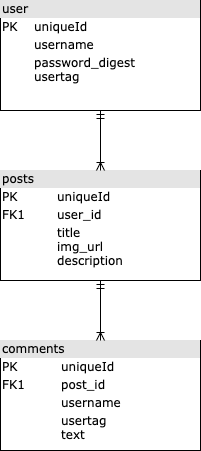
This is GA-ERD-Project3.png from connorlagana/Project-3, a draw.io export, as it was before one commit. Source tidied: cells renumbered, new cells last; positions are measured from the earlier drawing's top-left corner, leaving out a move shared by most shapes. Its diagram source:
```xml
<mxGraphModel background="#ffffff">
  <root>
    <mxCell id="0" />
    <mxCell id="1" parent="0" />
    <mxCell id="2" value="&lt;div style=&quot;box-sizing: border-box ; width: 100% ; background: #e4e4e4 ; padding: 2px&quot;&gt;user&lt;/div&gt;&lt;table style=&quot;width: 100% ; font-size: 1em&quot; cellpadding=&quot;2&quot; cellspacing=&quot;0&quot;&gt;&lt;tbody&gt;&lt;tr&gt;&lt;td&gt;PK&lt;/td&gt;&lt;td&gt;uniqueId&lt;/td&gt;&lt;/tr&gt;&lt;tr&gt;&lt;td&gt;&lt;br&gt;&lt;/td&gt;&lt;td&gt;username&lt;/td&gt;&lt;/tr&gt;&lt;tr&gt;&lt;td&gt;&lt;/td&gt;&lt;td&gt;password_digest&lt;br&gt;usertag&lt;/td&gt;&lt;/tr&gt;&lt;/tbody&gt;&lt;/table&gt;" style="verticalAlign=top;align=left;overflow=fill;html=1;rounded=0;shadow=0;comic=0;labelBackgroundColor=none;strokeWidth=1;fontFamily=Verdana;fontSize=12;" parent="1" vertex="1">
      <mxGeometry width="200" height="110" as="geometry" />
    </mxCell>
    <mxCell id="3" value="&lt;div style=&quot;box-sizing: border-box ; width: 100% ; background: #e4e4e4 ; padding: 2px&quot;&gt;comments&lt;/div&gt;&lt;table style=&quot;width: 100% ; font-size: 1em&quot; cellpadding=&quot;2&quot; cellspacing=&quot;0&quot;&gt;&lt;tbody&gt;&lt;tr&gt;&lt;td&gt;PK&lt;/td&gt;&lt;td&gt;uniqueId&lt;/td&gt;&lt;/tr&gt;&lt;tr&gt;&lt;td&gt;FK1&lt;/td&gt;&lt;td&gt;post_id&lt;/td&gt;&lt;/tr&gt;&lt;tr&gt;&lt;td&gt;&lt;/td&gt;&lt;td&gt;username&lt;/td&gt;&lt;/tr&gt;&lt;tr&gt;&lt;td&gt;&lt;br&gt;&lt;/td&gt;&lt;td&gt;usertag&lt;br&gt;text&lt;/td&gt;&lt;/tr&gt;&lt;/tbody&gt;&lt;/table&gt;" style="verticalAlign=top;align=left;overflow=fill;html=1;rounded=0;shadow=0;comic=0;labelBackgroundColor=none;strokeWidth=1;fontFamily=Verdana;fontSize=12;" parent="1" vertex="1">
      <mxGeometry y="340" width="200" height="110" as="geometry" />
    </mxCell>
    <mxCell id="4" style="edgeStyle=orthogonalEdgeStyle;html=1;entryX=0.5;entryY=0;labelBackgroundColor=none;startArrow=ERmandOne;endArrow=ERoneToMany;fontFamily=Verdana;fontSize=12;align=left;exitX=0.5;exitY=1;exitDx=0;exitDy=0;" parent="1" edge="1" source="5" target="3">
      <mxGeometry relative="1" as="geometry" />
    </mxCell>
    <mxCell id="5" value="&lt;div style=&quot;box-sizing: border-box ; width: 100% ; background: #e4e4e4 ; padding: 2px&quot;&gt;posts&lt;/div&gt;&lt;table style=&quot;width: 100% ; font-size: 1em&quot; cellpadding=&quot;2&quot; cellspacing=&quot;0&quot;&gt;&lt;tbody&gt;&lt;tr&gt;&lt;td&gt;PK&lt;/td&gt;&lt;td&gt;uniqueId&lt;/td&gt;&lt;/tr&gt;&lt;tr&gt;&lt;td&gt;FK1&lt;/td&gt;&lt;td&gt;user_id&lt;/td&gt;&lt;/tr&gt;&lt;tr&gt;&lt;td&gt;&lt;/td&gt;&lt;td&gt;title&lt;br&gt;img_url&lt;br&gt;description&lt;/td&gt;&lt;/tr&gt;&lt;/tbody&gt;&lt;/table&gt;" style="verticalAlign=top;align=left;overflow=fill;html=1;rounded=0;shadow=0;comic=0;labelBackgroundColor=none;strokeWidth=1;fontFamily=Verdana;fontSize=12;" parent="1" vertex="1">
      <mxGeometry y="170" width="200" height="110" as="geometry" />
    </mxCell>
    <mxCell id="6" style="edgeStyle=orthogonalEdgeStyle;html=1;endArrow=ERoneToMany;startArrow=ERmandOne;labelBackgroundColor=none;fontFamily=Verdana;fontSize=12;align=left;exitX=0.5;exitY=1;entryX=0.5;entryY=0;" parent="1" edge="1" source="2" target="5">
      <mxGeometry relative="1" as="geometry" />
    </mxCell>
  </root>
</mxGraphModel>
```
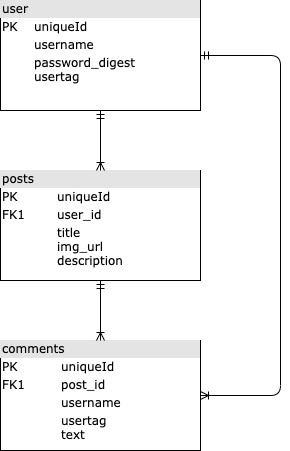
Above is the later version.

What changed in the source:
```diff
@@ -17,5 +17,13 @@
     <mxCell id="6" style="edgeStyle=orthogonalEdgeStyle;html=1;endArrow=ERoneToMany;startArrow=ERmandOne;labelBackgroundColor=none;fontFamily=Verdana;fontSize=12;align=left;exitX=0.5;exitY=1;entryX=0.5;entryY=0;" parent="1" edge="1" source="2" target="5">
       <mxGeometry relative="1" as="geometry" />
     </mxCell>
+    <mxCell id="7" style="edgeStyle=orthogonalEdgeStyle;html=1;entryX=1;entryY=0.5;labelBackgroundColor=none;startArrow=ERmandOne;endArrow=ERoneToMany;fontFamily=Verdana;fontSize=12;align=left;exitX=1;exitY=0.5;exitDx=0;exitDy=0;entryDx=0;entryDy=0;" parent="1" edge="1" source="2" target="3">
+      <mxGeometry relative="1" as="geometry">
+        <Array as="points">
+          <mxPoint x="280" y="55" />
+          <mxPoint x="280" y="395" />
+        </Array>
+      </mxGeometry>
+    </mxCell>
   </root>
 </mxGraphModel>
```
